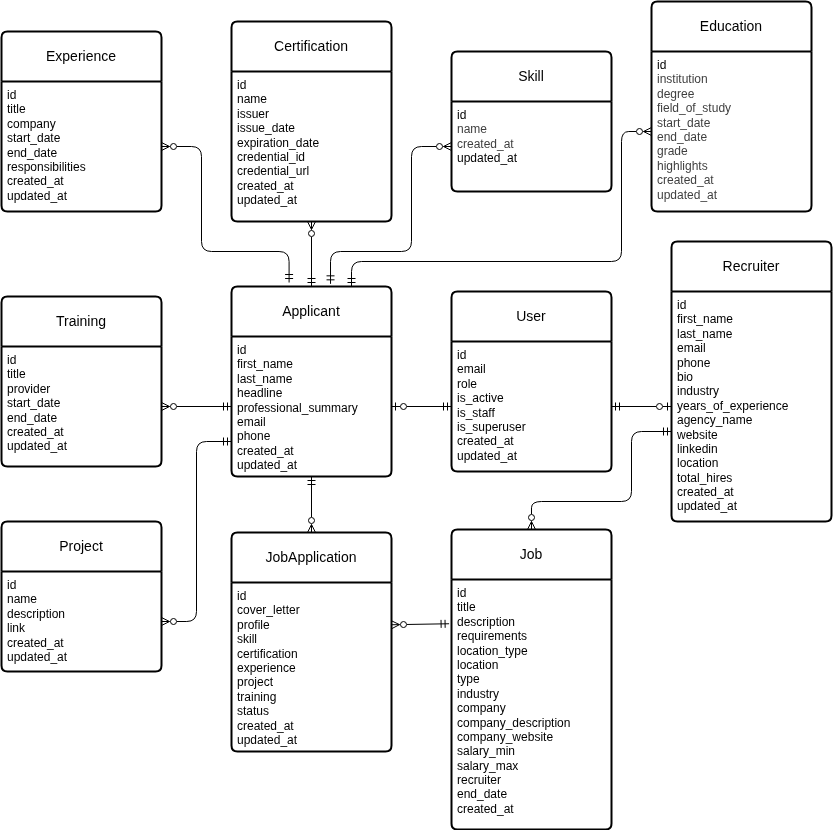
Above: erd.png in iamArvy/talent-bridge-backend (draw.io), before the change. Source tidied: cells renumbered, new cells last; positions are measured from the earlier drawing's top-left corner, leaving out a move shared by most shapes. The source it was exported from:
```xml
<mxGraphModel>
  <root>
    <mxCell id="0" />
    <mxCell id="1" parent="0" />
    <mxCell id="2" value="Applicant" style="swimlane;horizontal=1;startSize=50;rounded=1;fontSize=14;fontStyle=0;strokeWidth=2;shadow=0;dashed=0;align=center;arcSize=4;whiteSpace=wrap;html=1;" parent="1" vertex="1">
      <mxGeometry x="230" y="285" width="160" height="190" as="geometry" />
    </mxCell>
    <mxCell id="3" value="id&lt;div&gt;first_name&lt;/div&gt;&lt;div&gt;last_name&lt;/div&gt;&lt;div&gt;headline&lt;/div&gt;&lt;div&gt;professional_summary&lt;/div&gt;&lt;div&gt;email&lt;/div&gt;&lt;div&gt;phone&lt;/div&gt;&lt;div&gt;created_at&lt;/div&gt;&lt;div&gt;updated_at&lt;/div&gt;" style="align=left;strokeColor=none;fillColor=none;spacingLeft=4;fontSize=12;verticalAlign=top;html=1;" parent="2" vertex="1">
      <mxGeometry y="50" width="160" height="140" as="geometry" />
    </mxCell>
    <mxCell id="4" value="Recruiter" style="swimlane;horizontal=1;startSize=50;rounded=1;fontSize=14;fontStyle=0;strokeWidth=2;shadow=0;dashed=0;align=center;arcSize=4;whiteSpace=wrap;html=1;" parent="1" vertex="1">
      <mxGeometry x="670" y="240" width="160" height="280" as="geometry" />
    </mxCell>
    <mxCell id="5" value="id&lt;div&gt;first_name&lt;/div&gt;&lt;div&gt;last_name&lt;/div&gt;&lt;div&gt;email&lt;/div&gt;&lt;div&gt;phone&lt;/div&gt;&lt;div&gt;bio&lt;/div&gt;&lt;div&gt;industry&lt;/div&gt;&lt;div&gt;years_of_experience&lt;/div&gt;&lt;div&gt;agency_name&lt;/div&gt;&lt;div&gt;website&lt;/div&gt;&lt;div&gt;linkedin&lt;/div&gt;&lt;div&gt;location&lt;/div&gt;&lt;div&gt;total_hires&lt;/div&gt;&lt;div&gt;created_at&lt;/div&gt;&lt;div&gt;updated_at&lt;/div&gt;" style="align=left;strokeColor=none;fillColor=none;spacingLeft=4;fontSize=12;verticalAlign=top;html=1;" parent="4" vertex="1">
      <mxGeometry y="50" width="160" height="230" as="geometry" />
    </mxCell>
    <mxCell id="6" value="User" style="swimlane;horizontal=1;startSize=50;rounded=1;fontSize=14;fontStyle=0;strokeWidth=2;shadow=0;dashed=0;align=center;arcSize=4;whiteSpace=wrap;html=1;" parent="1" vertex="1">
      <mxGeometry x="450" y="290" width="160" height="180" as="geometry" />
    </mxCell>
    <mxCell id="7" value="id&lt;div&gt;email&lt;/div&gt;&lt;div&gt;role&lt;/div&gt;&lt;div&gt;is_active&lt;/div&gt;&lt;div&gt;is_staff&lt;/div&gt;&lt;div&gt;is_superuser&lt;/div&gt;&lt;div&gt;created_at&lt;/div&gt;&lt;div&gt;updated_at&lt;/div&gt;" style="align=left;strokeColor=none;fillColor=none;spacingLeft=4;fontSize=12;verticalAlign=top;html=1;" parent="6" vertex="1">
      <mxGeometry y="50" width="160" height="130" as="geometry" />
    </mxCell>
    <mxCell id="8" value="Job" style="swimlane;horizontal=1;startSize=50;rounded=1;fontSize=14;fontStyle=0;strokeWidth=2;shadow=0;dashed=0;align=center;arcSize=4;whiteSpace=wrap;html=1;" parent="1" vertex="1">
      <mxGeometry x="450" y="528" width="160" height="300" as="geometry" />
    </mxCell>
    <mxCell id="9" value="id&lt;div&gt;title&lt;/div&gt;&lt;div&gt;description&lt;/div&gt;&lt;div&gt;requirements&lt;/div&gt;&lt;div&gt;location_type&lt;/div&gt;&lt;div&gt;location&lt;/div&gt;&lt;div&gt;type&lt;/div&gt;&lt;div&gt;industry&lt;/div&gt;&lt;div&gt;company&lt;/div&gt;&lt;div&gt;company_description&lt;/div&gt;&lt;div&gt;company_website&lt;/div&gt;&lt;div&gt;salary_min&lt;/div&gt;&lt;div&gt;salary_max&lt;/div&gt;&lt;div&gt;recruiter&lt;/div&gt;&lt;div&gt;end_date&lt;/div&gt;&lt;div&gt;created_at&lt;/div&gt;" style="align=left;strokeColor=none;fillColor=none;spacingLeft=4;fontSize=12;verticalAlign=top;html=1;" parent="8" vertex="1">
      <mxGeometry y="50" width="160" height="250" as="geometry" />
    </mxCell>
    <mxCell id="10" style="edgeStyle=none;html=1;startArrow=ERzeroToMany;startFill=0;endArrow=ERmandOne;endFill=0;" parent="1" edge="1" source="11" target="3">
      <mxGeometry relative="1" as="geometry" />
    </mxCell>
    <mxCell id="11" value="JobApplication" style="swimlane;horizontal=1;startSize=50;rounded=1;fontSize=14;fontStyle=0;strokeWidth=2;shadow=0;dashed=0;align=center;arcSize=4;whiteSpace=wrap;html=1;" parent="1" vertex="1">
      <mxGeometry x="230" y="531" width="160" height="219" as="geometry" />
    </mxCell>
    <mxCell id="12" value="id&lt;div&gt;cover_letter&lt;/div&gt;&lt;div&gt;profile&lt;/div&gt;&lt;div&gt;skill&lt;/div&gt;&lt;div&gt;certification&lt;/div&gt;&lt;div&gt;experience&lt;/div&gt;&lt;div&gt;project&lt;/div&gt;&lt;div&gt;training&lt;/div&gt;&lt;div&gt;status&lt;/div&gt;&lt;div&gt;created_at&lt;/div&gt;&lt;div&gt;updated_at&lt;/div&gt;" style="align=left;strokeColor=none;fillColor=none;spacingLeft=4;fontSize=12;verticalAlign=top;html=1;" parent="11" vertex="1">
      <mxGeometry y="50" width="160" height="169" as="geometry" />
    </mxCell>
    <mxCell id="13" value="Certification" style="swimlane;horizontal=1;startSize=50;rounded=1;fontSize=14;fontStyle=0;strokeWidth=2;shadow=0;dashed=0;align=center;arcSize=4;whiteSpace=wrap;html=1;" parent="1" vertex="1">
      <mxGeometry x="230" y="20" width="160" height="200" as="geometry" />
    </mxCell>
    <mxCell id="14" value="id&lt;div&gt;name&lt;/div&gt;&lt;div&gt;issuer&lt;/div&gt;&lt;div&gt;issue_date&lt;/div&gt;&lt;div&gt;expiration_date&lt;/div&gt;&lt;div&gt;credential_id&lt;/div&gt;&lt;div&gt;credential_url&lt;/div&gt;&lt;div&gt;created_at&lt;/div&gt;&lt;div&gt;updated_at&lt;/div&gt;" style="align=left;strokeColor=none;fillColor=none;spacingLeft=4;fontSize=12;verticalAlign=top;html=1;" parent="13" vertex="1">
      <mxGeometry y="50" width="160" height="150" as="geometry" />
    </mxCell>
    <mxCell id="15" value="Education" style="swimlane;horizontal=1;startSize=50;rounded=1;fontSize=14;fontStyle=0;strokeWidth=2;shadow=0;dashed=0;align=center;arcSize=4;whiteSpace=wrap;html=1;" parent="1" vertex="1">
      <mxGeometry x="650" width="160" height="210" as="geometry" />
    </mxCell>
    <mxCell id="16" value="&lt;div&gt;&lt;span style=&quot;background-color: transparent; color: rgb(63, 63, 63);&quot;&gt;&lt;font color=&quot;#000000&quot;&gt;id&lt;/font&gt;&lt;/span&gt;&lt;/div&gt;&lt;div&gt;&lt;span style=&quot;color: rgb(63, 63, 63); background-color: transparent;&quot;&gt;institution&lt;/span&gt;&lt;/div&gt;&lt;div&gt;&lt;span style=&quot;color: rgb(63, 63, 63); background-color: transparent;&quot;&gt;degree&lt;/span&gt;&lt;/div&gt;&lt;div&gt;&lt;span style=&quot;color: rgb(63, 63, 63); background-color: transparent;&quot;&gt;field_of_study&lt;/span&gt;&lt;/div&gt;&lt;div&gt;&lt;span style=&quot;color: rgb(63, 63, 63); background-color: transparent;&quot;&gt;start_date&lt;/span&gt;&lt;/div&gt;&lt;div&gt;&lt;span style=&quot;color: rgb(63, 63, 63); background-color: transparent;&quot;&gt;end_date&lt;br&gt;&lt;/span&gt;&lt;/div&gt;&lt;div&gt;&lt;span style=&quot;color: rgb(63, 63, 63); background-color: transparent;&quot;&gt;grade&lt;/span&gt;&lt;/div&gt;&lt;div&gt;&lt;span style=&quot;color: rgb(63, 63, 63); background-color: transparent;&quot;&gt;highlights&lt;/span&gt;&lt;/div&gt;&lt;div&gt;&lt;span style=&quot;color: rgb(63, 63, 63); background-color: transparent;&quot;&gt;created_at&lt;/span&gt;&lt;/div&gt;&lt;div&gt;&lt;span style=&quot;color: rgb(63, 63, 63); background-color: transparent;&quot;&gt;updated_at&lt;/span&gt;&lt;/div&gt;" style="align=left;strokeColor=none;fillColor=none;spacingLeft=4;fontSize=12;verticalAlign=top;html=1;" parent="15" vertex="1">
      <mxGeometry y="50" width="160" height="160" as="geometry" />
    </mxCell>
    <mxCell id="17" value="Experience" style="swimlane;horizontal=1;startSize=50;rounded=1;fontSize=14;fontStyle=0;strokeWidth=2;shadow=0;dashed=0;align=center;arcSize=4;whiteSpace=wrap;html=1;" parent="1" vertex="1">
      <mxGeometry y="30" width="160" height="180" as="geometry" />
    </mxCell>
    <mxCell id="18" value="id&lt;div&gt;title&lt;/div&gt;&lt;div&gt;company&lt;/div&gt;&lt;div&gt;start_date&lt;/div&gt;&lt;div&gt;end_date&lt;/div&gt;&lt;div&gt;responsibilities&lt;/div&gt;&lt;div&gt;created_at&lt;/div&gt;&lt;div&gt;updated_at&lt;/div&gt;" style="align=left;strokeColor=none;fillColor=none;spacingLeft=4;fontSize=12;verticalAlign=top;html=1;" parent="17" vertex="1">
      <mxGeometry y="50" width="160" height="130" as="geometry" />
    </mxCell>
    <mxCell id="19" value="Training" style="swimlane;horizontal=1;startSize=50;rounded=1;fontSize=14;fontStyle=0;strokeWidth=2;shadow=0;dashed=0;align=center;arcSize=4;whiteSpace=wrap;html=1;" parent="1" vertex="1">
      <mxGeometry y="295" width="160" height="170" as="geometry" />
    </mxCell>
    <mxCell id="20" value="id&lt;div&gt;title&lt;/div&gt;&lt;div&gt;provider&lt;/div&gt;&lt;div&gt;start_date&lt;/div&gt;&lt;div&gt;end_date&lt;/div&gt;&lt;div&gt;created_at&lt;/div&gt;&lt;div&gt;updated_at&lt;/div&gt;" style="align=left;strokeColor=none;fillColor=none;spacingLeft=4;fontSize=12;verticalAlign=top;html=1;" parent="19" vertex="1">
      <mxGeometry y="50" width="160" height="120" as="geometry" />
    </mxCell>
    <mxCell id="21" value="Skill" style="swimlane;horizontal=1;startSize=50;rounded=1;fontSize=14;fontStyle=0;strokeWidth=2;shadow=0;dashed=0;align=center;arcSize=4;whiteSpace=wrap;html=1;" parent="1" vertex="1">
      <mxGeometry x="450" y="50" width="160" height="140" as="geometry" />
    </mxCell>
    <mxCell id="22" value="id&lt;div&gt;&lt;span style=&quot;background-color: transparent; color: rgb(63, 63, 63);&quot;&gt;name&lt;/span&gt;&lt;/div&gt;&lt;div&gt;&lt;span style=&quot;background-color: transparent; color: rgb(63, 63, 63);&quot;&gt;created_at&lt;/span&gt;&lt;/div&gt;&lt;div&gt;updated_at&lt;/div&gt;" style="align=left;strokeColor=none;fillColor=none;spacingLeft=4;fontSize=12;verticalAlign=top;html=1;" parent="21" vertex="1">
      <mxGeometry y="50" width="160" height="90" as="geometry" />
    </mxCell>
    <mxCell id="23" value="Project" style="swimlane;horizontal=1;startSize=50;rounded=1;fontSize=14;fontStyle=0;strokeWidth=2;shadow=0;dashed=0;align=center;arcSize=4;whiteSpace=wrap;html=1;" parent="1" vertex="1">
      <mxGeometry y="520" width="160" height="150" as="geometry" />
    </mxCell>
    <mxCell id="24" value="id&lt;div&gt;name&lt;/div&gt;&lt;div&gt;description&lt;/div&gt;&lt;div&gt;link&lt;/div&gt;&lt;div&gt;created_at&lt;/div&gt;&lt;div&gt;updated_at&lt;/div&gt;" style="align=left;strokeColor=none;fillColor=none;spacingLeft=4;fontSize=12;verticalAlign=top;html=1;" parent="23" vertex="1">
      <mxGeometry y="50" width="160" height="100" as="geometry" />
    </mxCell>
    <mxCell id="25" style="edgeStyle=none;html=1;entryX=0.5;entryY=0;entryDx=0;entryDy=0;startArrow=ERzeroToMany;startFill=0;endArrow=ERmandOne;endFill=0;" parent="1" edge="1" source="14" target="2">
      <mxGeometry relative="1" as="geometry" />
    </mxCell>
    <mxCell id="26" style="edgeStyle=orthogonalEdgeStyle;html=1;entryX=0.619;entryY=-0.014;entryDx=0;entryDy=0;entryPerimeter=0;startArrow=ERzeroToMany;startFill=0;endArrow=ERmandOne;endFill=0;" parent="1" edge="1" source="22" target="2">
      <mxGeometry relative="1" as="geometry">
        <Array as="points">
          <mxPoint x="410" y="145" />
          <mxPoint x="410" y="250" />
          <mxPoint x="329" y="250" />
        </Array>
      </mxGeometry>
    </mxCell>
    <mxCell id="27" style="edgeStyle=orthogonalEdgeStyle;html=1;entryX=0.36;entryY=-0.021;entryDx=0;entryDy=0;entryPerimeter=0;startArrow=ERzeroToMany;startFill=0;endArrow=ERmandOne;endFill=0;" parent="1" edge="1" source="18" target="2">
      <mxGeometry relative="1" as="geometry">
        <Array as="points">
          <mxPoint x="200" y="145" />
          <mxPoint x="200" y="250" />
          <mxPoint x="288" y="250" />
        </Array>
      </mxGeometry>
    </mxCell>
    <mxCell id="28" style="edgeStyle=none;html=1;entryX=0;entryY=0.5;entryDx=0;entryDy=0;startArrow=ERzeroToMany;startFill=0;endArrow=ERmandOne;endFill=0;" parent="1" edge="1" source="20" target="3">
      <mxGeometry relative="1" as="geometry" />
    </mxCell>
    <mxCell id="29" style="edgeStyle=orthogonalEdgeStyle;html=1;entryX=0;entryY=0.75;entryDx=0;entryDy=0;startArrow=ERzeroToMany;startFill=0;endArrow=ERmandOne;endFill=0;" parent="1" edge="1" source="24" target="3">
      <mxGeometry relative="1" as="geometry" />
    </mxCell>
    <mxCell id="30" style="edgeStyle=none;html=1;entryX=0;entryY=0.5;entryDx=0;entryDy=0;endArrow=ERmandOne;endFill=0;startArrow=ERzeroToOne;startFill=0;" parent="1" edge="1" source="3" target="7">
      <mxGeometry relative="1" as="geometry" />
    </mxCell>
    <mxCell id="31" style="edgeStyle=none;html=1;entryX=1;entryY=0.5;entryDx=0;entryDy=0;startArrow=ERzeroToOne;startFill=0;endArrow=ERmandOne;endFill=0;" parent="1" edge="1" source="5" target="7">
      <mxGeometry relative="1" as="geometry" />
    </mxCell>
    <mxCell id="32" style="edgeStyle=orthogonalEdgeStyle;html=1;entryX=0.5;entryY=0;entryDx=0;entryDy=0;startArrow=ERmandOne;startFill=0;endArrow=ERzeroToMany;endFill=0;" parent="1" edge="1" source="5" target="8">
      <mxGeometry relative="1" as="geometry">
        <Array as="points">
          <mxPoint x="630" y="430" />
          <mxPoint x="630" y="500" />
          <mxPoint x="530" y="500" />
        </Array>
      </mxGeometry>
    </mxCell>
    <mxCell id="33" style="edgeStyle=none;html=1;exitX=1;exitY=0.25;exitDx=0;exitDy=0;entryX=-0.015;entryY=0.177;entryDx=0;entryDy=0;entryPerimeter=0;startArrow=ERzeroToMany;startFill=0;endArrow=ERmandOne;endFill=0;" parent="1" edge="1" source="12" target="9">
      <mxGeometry relative="1" as="geometry" />
    </mxCell>
    <mxCell id="34" style="edgeStyle=orthogonalEdgeStyle;html=1;entryX=0.75;entryY=0;entryDx=0;entryDy=0;startArrow=ERzeroToMany;startFill=0;endArrow=ERmandOne;endFill=0;" parent="1" edge="1" source="16" target="2">
      <mxGeometry relative="1" as="geometry">
        <Array as="points">
          <mxPoint x="620" y="130" />
          <mxPoint x="620" y="260" />
          <mxPoint x="350" y="260" />
        </Array>
      </mxGeometry>
    </mxCell>
  </root>
</mxGraphModel>
```
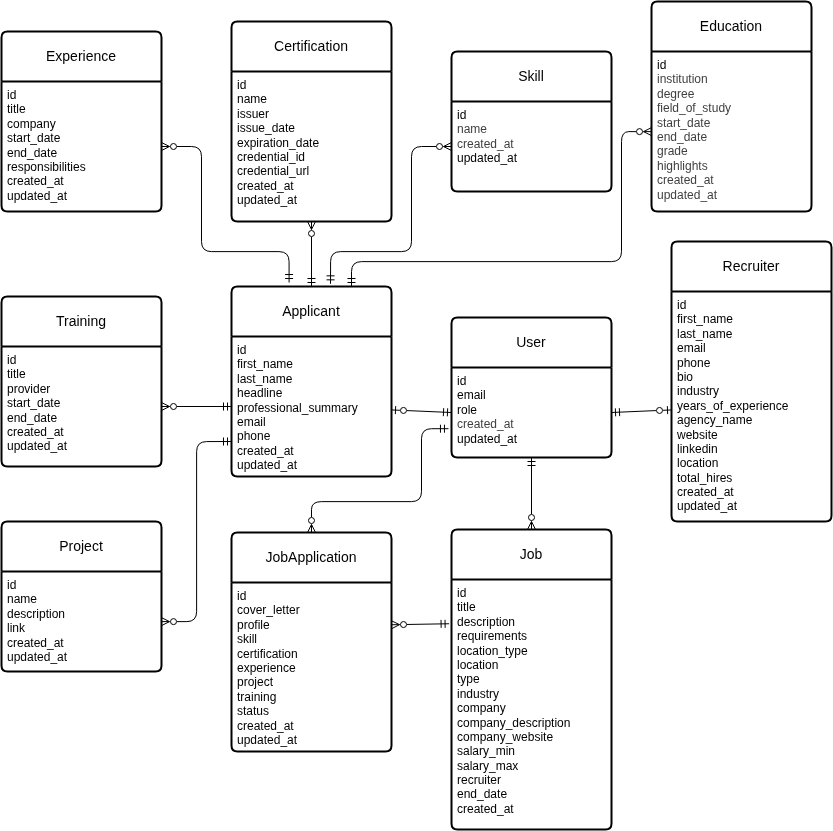
The same diagram one commit later.

Diff of the diagram source:
```diff
@@ -1,4 +1,4 @@
-<mxGraphModel>
+<mxGraphModel background="#FFFFFF">
   <root>
     <mxCell id="0" />
     <mxCell id="1" parent="0" />
@@ -15,10 +15,10 @@
       <mxGeometry y="50" width="160" height="230" as="geometry" />
     </mxCell>
     <mxCell id="6" value="User" style="swimlane;horizontal=1;startSize=50;rounded=1;fontSize=14;fontStyle=0;strokeWidth=2;shadow=0;dashed=0;align=center;arcSize=4;whiteSpace=wrap;html=1;" parent="1" vertex="1">
-      <mxGeometry x="450" y="290" width="160" height="180" as="geometry" />
+      <mxGeometry x="450" y="316" width="160" height="140" as="geometry" />
     </mxCell>
-    <mxCell id="7" value="id&lt;div&gt;email&lt;/div&gt;&lt;div&gt;role&lt;/div&gt;&lt;div&gt;is_active&lt;/div&gt;&lt;div&gt;is_staff&lt;/div&gt;&lt;div&gt;is_superuser&lt;/div&gt;&lt;div&gt;created_at&lt;/div&gt;&lt;div&gt;updated_at&lt;/div&gt;" style="align=left;strokeColor=none;fillColor=none;spacingLeft=4;fontSize=12;verticalAlign=top;html=1;" parent="6" vertex="1">
-      <mxGeometry y="50" width="160" height="130" as="geometry" />
+    <mxCell id="7" value="id&lt;div&gt;email&lt;/div&gt;&lt;div&gt;role&lt;/div&gt;&lt;div&gt;&lt;span style=&quot;background-color: transparent; color: rgb(63, 63, 63);&quot;&gt;created_at&lt;/span&gt;&lt;/div&gt;&lt;div&gt;updated_at&lt;/div&gt;" style="align=left;strokeColor=none;fillColor=none;spacingLeft=4;fontSize=12;verticalAlign=top;html=1;" parent="6" vertex="1">
+      <mxGeometry y="50" width="160" height="90" as="geometry" />
     </mxCell>
     <mxCell id="8" value="Job" style="swimlane;horizontal=1;startSize=50;rounded=1;fontSize=14;fontStyle=0;strokeWidth=2;shadow=0;dashed=0;align=center;arcSize=4;whiteSpace=wrap;html=1;" parent="1" vertex="1">
       <mxGeometry x="450" y="528" width="160" height="300" as="geometry" />
@@ -26,8 +26,14 @@
     <mxCell id="9" value="id&lt;div&gt;title&lt;/div&gt;&lt;div&gt;description&lt;/div&gt;&lt;div&gt;requirements&lt;/div&gt;&lt;div&gt;location_type&lt;/div&gt;&lt;div&gt;location&lt;/div&gt;&lt;div&gt;type&lt;/div&gt;&lt;div&gt;industry&lt;/div&gt;&lt;div&gt;company&lt;/div&gt;&lt;div&gt;company_description&lt;/div&gt;&lt;div&gt;company_website&lt;/div&gt;&lt;div&gt;salary_min&lt;/div&gt;&lt;div&gt;salary_max&lt;/div&gt;&lt;div&gt;recruiter&lt;/div&gt;&lt;div&gt;end_date&lt;/div&gt;&lt;div&gt;created_at&lt;/div&gt;" style="align=left;strokeColor=none;fillColor=none;spacingLeft=4;fontSize=12;verticalAlign=top;html=1;" parent="8" vertex="1">
       <mxGeometry y="50" width="160" height="250" as="geometry" />
     </mxCell>
-    <mxCell id="10" style="edgeStyle=none;html=1;startArrow=ERzeroToMany;startFill=0;endArrow=ERmandOne;endFill=0;" parent="1" edge="1" source="11" target="3">
-      <mxGeometry relative="1" as="geometry" />
+    <mxCell id="10" style="edgeStyle=orthogonalEdgeStyle;html=1;startArrow=ERzeroToMany;startFill=0;endArrow=ERmandOne;endFill=0;entryX=-0.019;entryY=0.68;entryDx=0;entryDy=0;entryPerimeter=0;" parent="1" edge="1" source="11" target="7">
+      <mxGeometry relative="1" as="geometry">
+        <Array as="points">
+          <mxPoint x="310" y="500" />
+          <mxPoint x="420" y="500" />
+          <mxPoint x="420" y="428" />
+        </Array>
+      </mxGeometry>
     </mxCell>
     <mxCell id="11" value="JobApplication" style="swimlane;horizontal=1;startSize=50;rounded=1;fontSize=14;fontStyle=0;strokeWidth=2;shadow=0;dashed=0;align=center;arcSize=4;whiteSpace=wrap;html=1;" parent="1" vertex="1">
       <mxGeometry x="230" y="531" width="160" height="219" as="geometry" />
@@ -104,14 +110,8 @@
     <mxCell id="31" style="edgeStyle=none;html=1;entryX=1;entryY=0.5;entryDx=0;entryDy=0;startArrow=ERzeroToOne;startFill=0;endArrow=ERmandOne;endFill=0;" parent="1" edge="1" source="5" target="7">
       <mxGeometry relative="1" as="geometry" />
     </mxCell>
-    <mxCell id="32" style="edgeStyle=orthogonalEdgeStyle;html=1;entryX=0.5;entryY=0;entryDx=0;entryDy=0;startArrow=ERmandOne;startFill=0;endArrow=ERzeroToMany;endFill=0;" parent="1" edge="1" source="5" target="8">
-      <mxGeometry relative="1" as="geometry">
-        <Array as="points">
-          <mxPoint x="630" y="430" />
-          <mxPoint x="630" y="500" />
-          <mxPoint x="530" y="500" />
-        </Array>
-      </mxGeometry>
+    <mxCell id="32" style="html=1;entryX=0.5;entryY=0;entryDx=0;entryDy=0;startArrow=ERmandOne;startFill=0;endArrow=ERzeroToMany;endFill=0;exitX=0.5;exitY=1;exitDx=0;exitDy=0;" parent="1" edge="1" source="7" target="8">
+      <mxGeometry relative="1" as="geometry" />
     </mxCell>
     <mxCell id="33" style="edgeStyle=none;html=1;exitX=1;exitY=0.25;exitDx=0;exitDy=0;entryX=-0.015;entryY=0.177;entryDx=0;entryDy=0;entryPerimeter=0;startArrow=ERzeroToMany;startFill=0;endArrow=ERmandOne;endFill=0;" parent="1" edge="1" source="12" target="9">
       <mxGeometry relative="1" as="geometry" />
```
